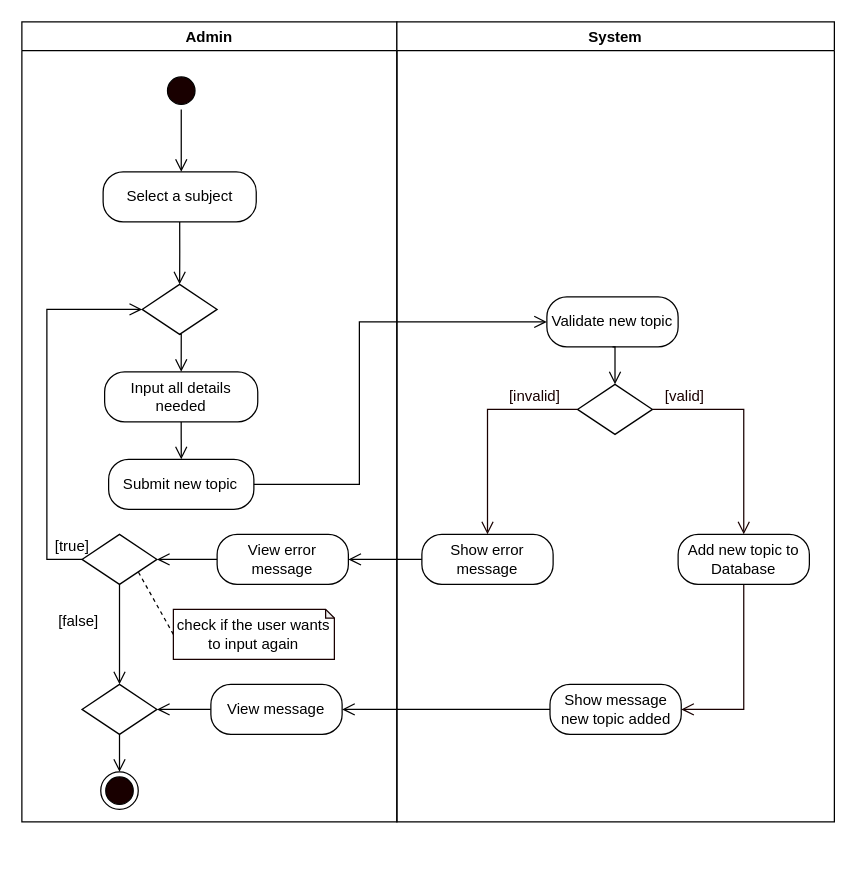
The draw.io diagram page "Add Topic" (4 of 12) of REVISIONS/UML-DIAGRAMS/7-04-2021/ACTIVITY DIAGRAM/ACTIVITY DIAGRAM2.drawio in mrklglsn/CAPSTONE-FILES, before the edit. Source tidied: cells renumbered, new cells numbered last; positions are measured from the earlier drawing's top-left corner, leaving out a move shared by most shapes. Both pictures are drawn from the tidied source at 125%, with x=0, y=0 at pixel (21, 21).
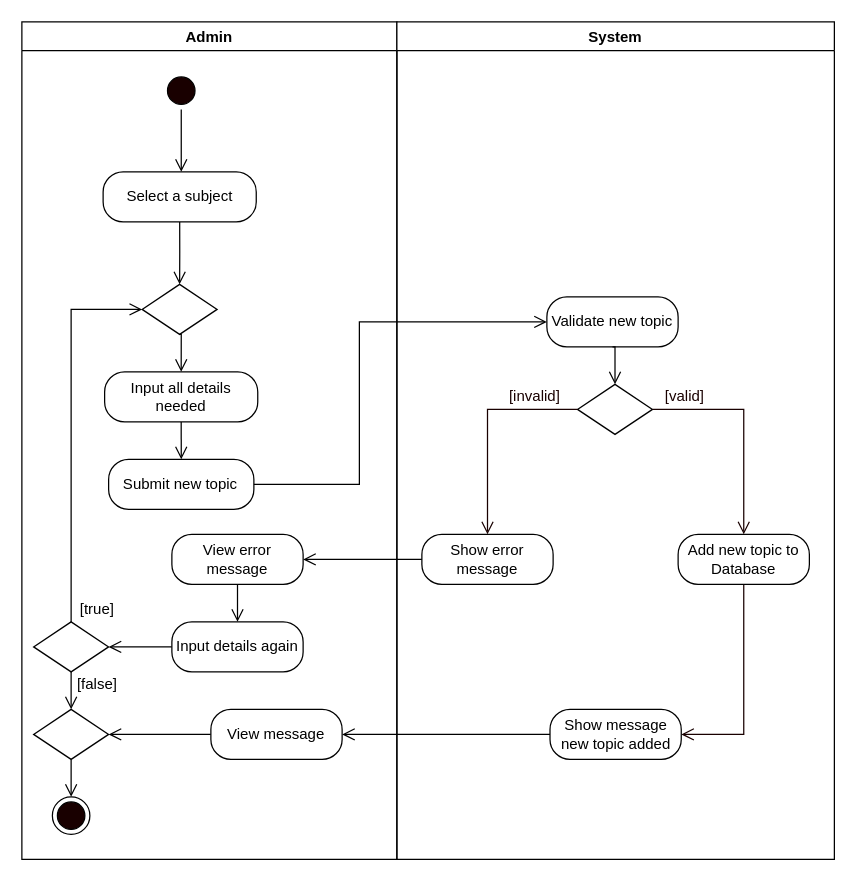
Above is the later version.

Unchanged cells that the change refers to:
```xml
<mxCell id="9" style="rhombus;whiteSpace=wrap;html=1;" parent="2" vertex="1">
  <mxGeometry x="96.2" y="210" width="60" height="40" as="geometry" />
</mxCell>
<mxCell id="32" value="Show error message" style="rounded=1;whiteSpace=wrap;html=1;arcSize=40;" parent="26" vertex="1">
  <mxGeometry x="20" y="410" width="105" height="40" as="geometry" />
</mxCell>
```

Change to the diagram source:
```diff
@@
     <mxCell id="2" value="Admin" style="swimlane;startSize=23;" parent="1" vertex="1">
-      <mxGeometry width="300" height="640" as="geometry" />
+      <mxGeometry width="300" height="670" as="geometry" />
     </mxCell>
@@
-    <mxCell id="10" style="edgeStyle=orthogonalEdgeStyle;rounded=0;jettySize=auto;html=1;exitX=0;exitY=0.5;exitDx=0;exitDy=0;entryX=0;entryY=0.5;entryDx=0;entryDy=0;endArrow=open;endFill=0;endSize=8;" parent="2" edge="1" source="12" target="9">
-      <mxGeometry relative="1" as="geometry">
-        <Array as="points">
-          <mxPoint x="20" y="430" />
-          <mxPoint x="20" y="230" />
-        </Array>
-      </mxGeometry>
+    <mxCell id="10" style="edgeStyle=orthogonalEdgeStyle;rounded=0;jettySize=auto;html=1;exitX=0.5;exitY=0;exitDx=0;exitDy=0;entryX=0;entryY=0.5;entryDx=0;entryDy=0;endArrow=open;endFill=0;endSize=8;" parent="2" edge="1" source="12" target="9">
+      <mxGeometry relative="1" as="geometry" />
     </mxCell>
@@
     <mxCell id="12" style="rhombus;whiteSpace=wrap;html=1;" parent="2" vertex="1">
-      <mxGeometry x="48.1" y="410" width="60" height="40" as="geometry" />
+      <mxGeometry x="9.4" y="480" width="60" height="40" as="geometry" />
     </mxCell>
     <mxCell id="13" value="[true]" style="text;html=1;align=center;verticalAlign=middle;strokeColor=none;" parent="2" vertex="1">
-      <mxGeometry x="20" y="410" width="40" height="20" as="geometry" />
+      <mxGeometry x="40" y="460" width="40" height="20" as="geometry" />
     </mxCell>
-    <mxCell id="14" style="rounded=0;jettySize=auto;html=1;exitX=0;exitY=0.5;exitDx=0;exitDy=0;exitPerimeter=0;entryX=1;entryY=1;entryDx=0;entryDy=0;endArrow=none;endFill=0;endSize=8;dashed=1;" parent="2" edge="1" source="15" target="12">
-      <mxGeometry relative="1" as="geometry" />
-    </mxCell>
-    <mxCell id="15" value="check if the user wants to input again" style="shape=note;whiteSpace=wrap;html=1;backgroundOutline=1;darkOpacity=0.05;strokeColor=#190000;size=7;" parent="2" vertex="1">
-      <mxGeometry x="121.2" y="470" width="128.8" height="40" as="geometry" />
-    </mxCell>
     <mxCell id="16" value="[false]" style="text;html=1;align=center;verticalAlign=middle;strokeColor=none;" parent="2" vertex="1">
-      <mxGeometry x="20" y="470" width="50" height="20" as="geometry" />
+      <mxGeometry x="35" y="520" width="50" height="20" as="geometry" />
     </mxCell>
     <mxCell id="17" style="ellipse;html=1;shape=endState;fillColor=#190000;" parent="2" vertex="1">
-      <mxGeometry x="63.1" y="600" width="30" height="30" as="geometry" />
+      <mxGeometry x="24.4" y="620" width="30" height="30" as="geometry" />
     </mxCell>
-    <mxCell id="18" style="edgeStyle=orthogonalEdgeStyle;rounded=0;jettySize=auto;html=1;exitX=0;exitY=0.5;exitDx=0;exitDy=0;endArrow=open;endFill=0;endSize=8;" parent="2" edge="1" source="19" target="12">
-      <mxGeometry relative="1" as="geometry" />
-    </mxCell>
-    <mxCell id="19" value="View error message" style="rounded=1;whiteSpace=wrap;html=1;arcSize=40;" parent="2" vertex="1">
-      <mxGeometry x="156.2" y="410" width="105" height="40" as="geometry" />
-    </mxCell>
@@
     <mxCell id="21" value="View message" style="rounded=1;whiteSpace=wrap;html=1;arcSize=40;" parent="2" vertex="1">
-      <mxGeometry x="151.2" y="530" width="105" height="40" as="geometry" />
+      <mxGeometry x="151.2" y="550" width="105" height="40" as="geometry" />
     </mxCell>
-    <mxCell id="22" style="edgeStyle=orthogonalEdgeStyle;rounded=0;jettySize=auto;html=1;exitX=0.5;exitY=1;exitDx=0;exitDy=0;entryX=0.5;entryY=0;entryDx=0;entryDy=0;endArrow=open;endFill=0;endSize=8;" parent="2" edge="1" source="23" target="17">
-      <mxGeometry relative="1" as="geometry" />
+    <mxCell id="22" style="edgeStyle=orthogonalEdgeStyle;rounded=0;jettySize=auto;html=1;exitX=0.5;exitY=1;exitDx=0;exitDy=0;entryX=0.5;entryY=0;entryDx=0;entryDy=0;endArrow=open;endFill=0;endSize=8;" parent="2" edge="1" source="23">
+      <mxGeometry relative="1" as="geometry">
+        <mxPoint x="39.4" y="620" as="targetPoint" />
+      </mxGeometry>
     </mxCell>
     <mxCell id="23" style="rhombus;whiteSpace=wrap;html=1;" parent="2" vertex="1">
-      <mxGeometry x="48.1" y="530" width="60" height="40" as="geometry" />
+      <mxGeometry x="9.4" y="550" width="60" height="40" as="geometry" />
     </mxCell>
@@
+    <mxCell id="19" value="View error message" style="rounded=1;whiteSpace=wrap;html=1;arcSize=40;" parent="2" vertex="1">
+      <mxGeometry x="120" y="410" width="105" height="40" as="geometry" />
+    </mxCell>
+    <mxCell id="41" style="edgeStyle=orthogonalEdgeStyle;rounded=0;jettySize=auto;html=1;exitX=0;exitY=0.5;exitDx=0;exitDy=0;entryX=1;entryY=0.5;entryDx=0;entryDy=0;endArrow=open;endFill=0;endSize=8;" parent="2" edge="1" source="42" target="12">
+      <mxGeometry relative="1" as="geometry" />
+    </mxCell>
+    <mxCell id="42" value="Input details again" style="rounded=1;whiteSpace=wrap;html=1;arcSize=40;" parent="2" vertex="1">
+      <mxGeometry x="120" y="480" width="105" height="40" as="geometry" />
+    </mxCell>
+    <mxCell id="43" style="edgeStyle=orthogonalEdgeStyle;rounded=0;jettySize=auto;html=1;exitX=0.5;exitY=1;exitDx=0;exitDy=0;entryX=0.5;entryY=0;entryDx=0;entryDy=0;endArrow=open;endFill=0;endSize=8;" parent="2" edge="1" source="19" target="42">
+      <mxGeometry relative="1" as="geometry" />
+    </mxCell>
     <mxCell id="26" value="System" style="swimlane;" parent="1" vertex="1">
-      <mxGeometry x="300" width="350" height="640" as="geometry" />
+      <mxGeometry x="300" width="350" height="670" as="geometry" />
     </mxCell>
@@
     <mxCell id="37" value="Show message new topic added" style="rounded=1;whiteSpace=wrap;html=1;arcSize=40;" parent="26" vertex="1">
-      <mxGeometry x="122.5" y="530" width="105" height="40" as="geometry" />
+      <mxGeometry x="122.5" y="550" width="105" height="40" as="geometry" />
     </mxCell>
@@
-    <mxCell id="39" style="edgeStyle=orthogonalEdgeStyle;rounded=0;jettySize=auto;html=1;exitX=0;exitY=0.5;exitDx=0;exitDy=0;endArrow=open;endFill=0;endSize=8;" parent="1" edge="1" source="32" target="19">
+    <mxCell id="39" style="edgeStyle=orthogonalEdgeStyle;rounded=0;jettySize=auto;html=1;exitX=0;exitY=0.5;exitDx=0;exitDy=0;endArrow=open;endFill=0;endSize=8;entryX=1;entryY=0.5;entryDx=0;entryDy=0;" parent="1" edge="1" source="32" target="19">
       <mxGeometry relative="1" as="geometry" />
     </mxCell>
```
